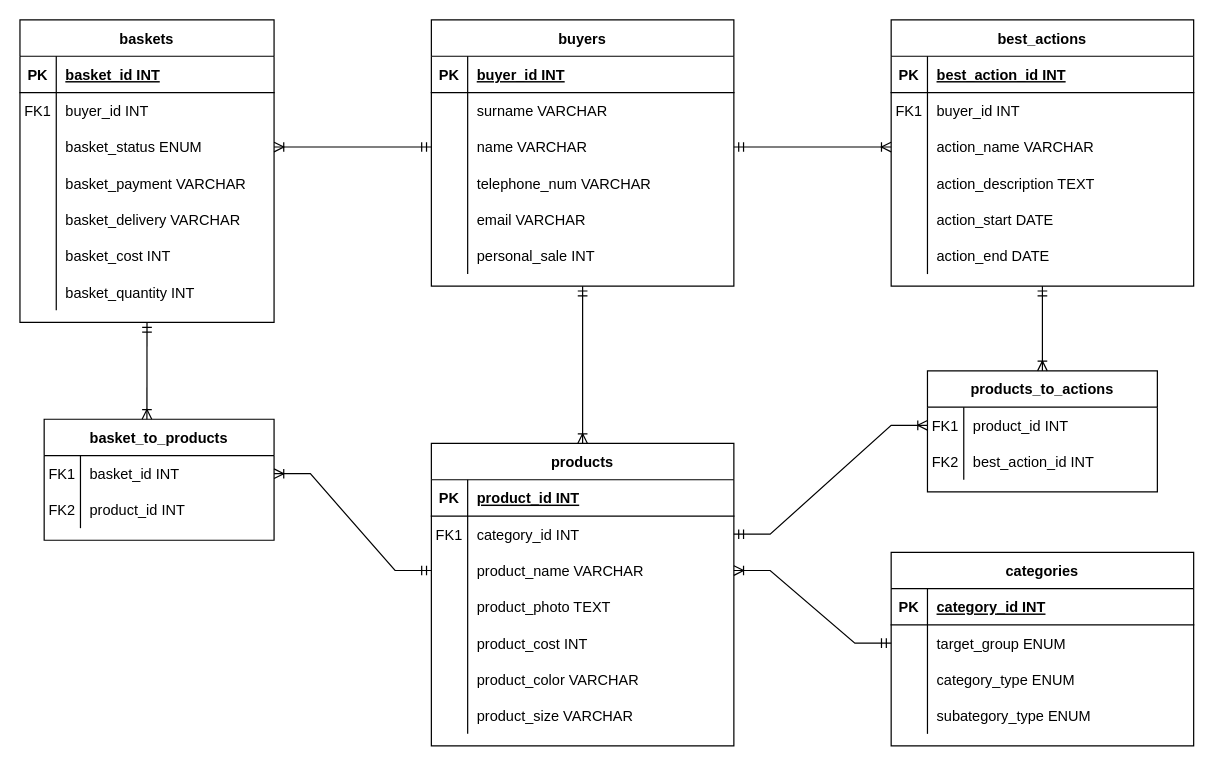
Above: Mukhametyanova_Nargiza/ERD/ERD.drawio in abdullahproff/BSA21_1 (draw.io), before the change. Source tidied: cells renumbered, new cells numbered last; positions are measured from the earlier drawing's top-left corner, leaving out a move shared by most shapes. Both pictures are drawn from the tidied source at 121%, with x=0, y=0 at pixel (19, 19).
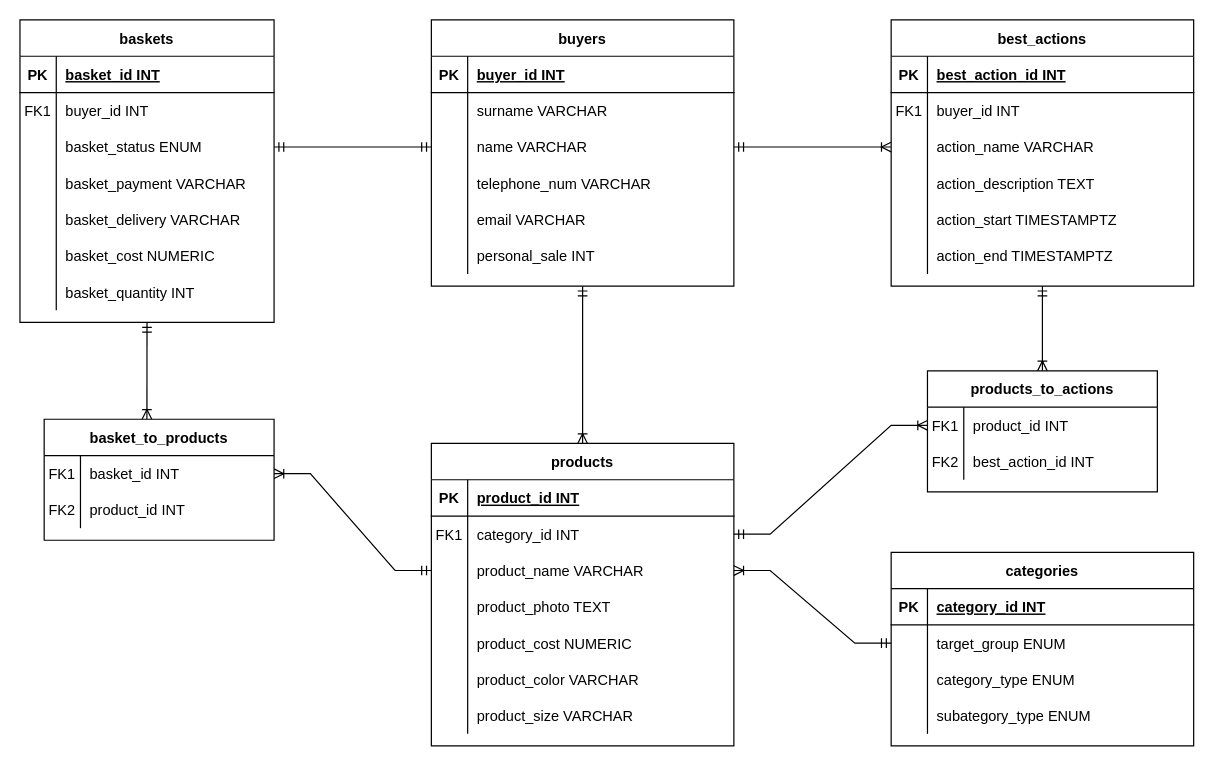
The same page after the edit.

The change refers to these unchanged cells:
```xml
<mxCell id="9" style="shape=partialRectangle;fillColor=none;points=[[0,0.5],[1,0.5]];portConstraint=eastwest;top=0;left=0;right=0;bottom=0;" parent="2" vertex="1">
  <mxGeometry y="90" width="210" height="30" as="geometry" />
</mxCell>
<mxCell id="18" style="shape=partialRectangle;fillColor=none;top=0;left=0;right=0;bottom=0;" parent="2" vertex="1">
  <mxGeometry y="180" width="210" height="30" as="geometry" />
</mxCell>
<mxCell id="37" style="shape=partialRectangle;fillColor=none;top=0;left=0;right=0;bottom=0;" parent="24" vertex="1">
  <mxGeometry y="150" width="250" height="30" as="geometry" />
</mxCell>
<mxCell id="53" style="shape=partialRectangle;fillColor=none;points=[[0,0.5],[1,0.5]];portConstraint=eastwest;top=0;left=0;right=0;bottom=0;" parent="46" vertex="1">
  <mxGeometry y="90" width="250" height="30" as="geometry" />
</mxCell>
<mxCell id="78" style="shape=partialRectangle;fillColor=none;top=0;left=0;right=0;bottom=0;" parent="65" vertex="1">
  <mxGeometry y="150" width="250" height="30" as="geometry" />
</mxCell>
<mxCell id="81" style="shape=partialRectangle;fillColor=none;top=0;left=0;right=0;bottom=0;" parent="65" vertex="1">
  <mxGeometry y="180" width="250" height="30" as="geometry" />
</mxCell>
```

The edit, as a diff of the source:
```diff
@@
-    <mxCell id="20" value="basket_cost INT" style="shape=partialRectangle;overflow=hidden;fillColor=none;top=0;left=0;bottom=0;right=0;align=left;spacingLeft=6;" parent="18" vertex="1">
+    <mxCell id="20" value="basket_cost NUMERIC" style="shape=partialRectangle;overflow=hidden;fillColor=none;top=0;left=0;bottom=0;right=0;align=left;spacingLeft=6;" parent="18" vertex="1">
       <mxGeometry x="30" width="180" height="30" as="geometry" />
     </mxCell>
@@
-    <mxCell id="39" value="product_cost INT" style="shape=partialRectangle;overflow=hidden;fillColor=none;top=0;left=0;bottom=0;right=0;align=left;spacingLeft=6;" parent="37" vertex="1">
+    <mxCell id="39" value="product_cost NUMERIC" style="shape=partialRectangle;overflow=hidden;fillColor=none;top=0;left=0;bottom=0;right=0;align=left;spacingLeft=6;" parent="37" vertex="1">
       <mxGeometry x="30" width="220" height="30" as="geometry" />
     </mxCell>
@@
-    <mxCell id="80" value="action_start DATE " style="shape=partialRectangle;overflow=hidden;fillColor=none;top=0;left=0;bottom=0;right=0;align=left;spacingLeft=6;" parent="78" vertex="1">
+    <mxCell id="80" value="action_start TIMESTAMPTZ" style="shape=partialRectangle;overflow=hidden;fillColor=none;top=0;left=0;bottom=0;right=0;align=left;spacingLeft=6;" parent="78" vertex="1">
       <mxGeometry x="30" width="220" height="30" as="geometry" />
     </mxCell>
@@
-    <mxCell id="83" value="action_end DATE " style="shape=partialRectangle;overflow=hidden;fillColor=none;top=0;left=0;bottom=0;right=0;align=left;spacingLeft=6;" parent="81" vertex="1">
+    <mxCell id="83" value="action_end TIMESTAMPTZ" style="shape=partialRectangle;overflow=hidden;fillColor=none;top=0;left=0;bottom=0;right=0;align=left;spacingLeft=6;" parent="81" vertex="1">
       <mxGeometry x="30" width="220" height="30" as="geometry" />
     </mxCell>
@@
-    <mxCell id="111" style="edgeStyle=entityRelationEdgeStyle;fontSize=12;html=1;endArrow=ERoneToMany;startArrow=ERmandOne;rounded=0;exitX=0;exitY=0.5;exitDx=0;exitDy=0;entryX=1;entryY=0.5;entryDx=0;entryDy=0;" parent="1" edge="1" source="53" target="9">
-      <mxGeometry relative="1" as="geometry" />
-    </mxCell>
@@
+    <mxCell id="119" style="edgeStyle=entityRelationEdgeStyle;fontSize=12;html=1;endArrow=ERmandOne;startArrow=ERmandOne;rounded=0;exitX=1;exitY=0.5;exitDx=0;exitDy=0;entryX=0;entryY=0.5;entryDx=0;entryDy=0;" parent="1" edge="1" source="9" target="53">
+      <mxGeometry relative="1" as="geometry" />
+    </mxCell>
```
